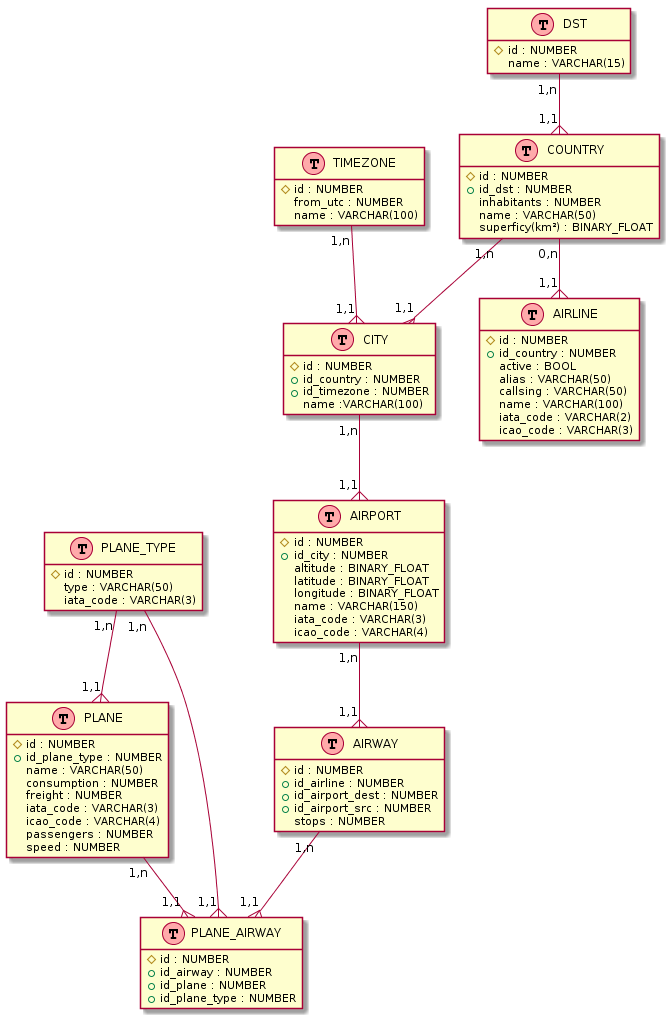
Above: resources/database/conception/modelization/modelisation.png in pBouillon/OpenFlightStatisticsAggregator (PlantUML), before the change.
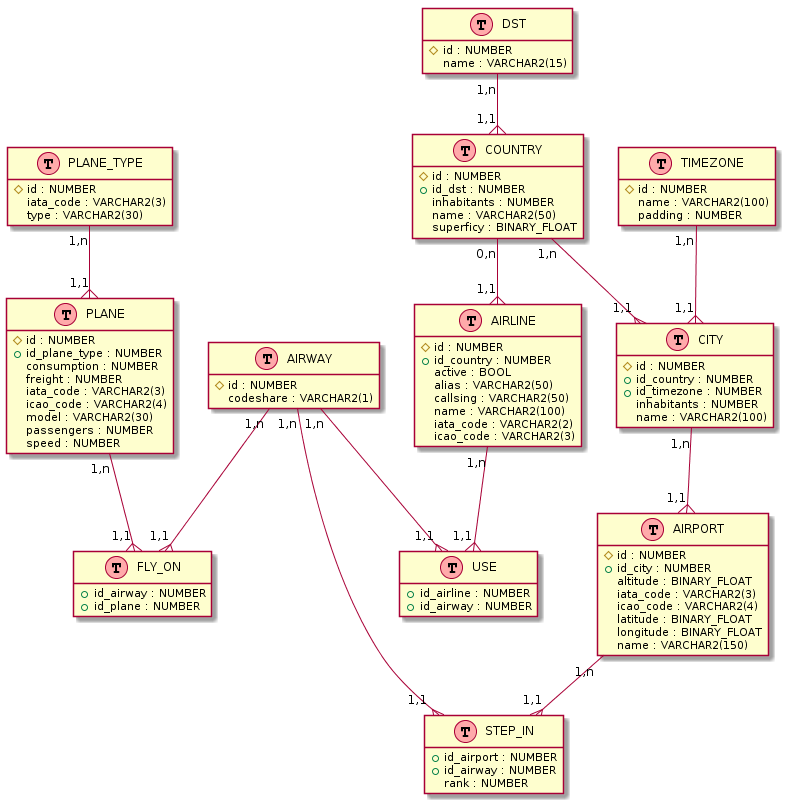
Later version of the same file.

Change to the diagram source:
```diff
@@ -3,62 +3,68 @@
 hide methods
 hide stereotypes
 
-class COUNTRY << (T,#FFAAAA) >> {
+
+class AIRWAY << (T,#FFAAAA) >> {
     {field} #id : NUMBER
-    {field} +id_dst : NUMBER
-    {field} inhabitants : NUMBER
-    {field} name : VARCHAR(50)
-    {field} superficy(km²) : BINARY_FLOAT
+    {field} codeshare : VARCHAR2(1)
 }
 
 class DST << (T,#FFAAAA) >> {
     {field} #id : NUMBER
-    {field} name : VARCHAR(15)
+    {field} name : VARCHAR2(15)
 }
 
 class PLANE_TYPE << (T,#FFAAAA) >> {
     {field} #id : NUMBER
-    {field} type : VARCHAR(50)
-    {field} iata_code : VARCHAR(3)
+    {field} iata_code : VARCHAR2(3)
+    {field} type : VARCHAR2(30)
+
 }
 
 class TIMEZONE << (T,#FFAAAA) >> {
     {field} #id : NUMBER
-    {field} from_utc : NUMBER
-    {field} name : VARCHAR(100)
+    {field} name : VARCHAR2(100)
+    {field} padding : NUMBER
 }
 
 class AIRLINE << (T,#FFAAAA) >> {
     {field} #id : NUMBER
     {field} +id_country : NUMBER
     {field} active : BOOL
-    {field} alias : VARCHAR(50)
-    {field} callsing : VARCHAR(50)
-    {field} name : VARCHAR(100)
-    {field} iata_code : VARCHAR(2)
-    {field} icao_code : VARCHAR(3)
+    {field} alias : VARCHAR2(50)
+    {field} callsing : VARCHAR2(50)
+    {field} name : VARCHAR2(100)
+    {field} iata_code : VARCHAR2(2)
+    {field} icao_code : VARCHAR2(3)
 }
 
 class AIRPORT << (T,#FFAAAA) >> {
     {field} #id : NUMBER
     {field} +id_city : NUMBER
     {field} altitude : BINARY_FLOAT
+    {field} iata_code : VARCHAR2(3)
+    {field} icao_code : VARCHAR2(4)
     {field} latitude : BINARY_FLOAT
     {field} longitude : BINARY_FLOAT
-    {field} name : VARCHAR(150)
-    {field} iata_code : VARCHAR(3)
-    {field} icao_code : VARCHAR(4)
+    {field} name : VARCHAR2(150)
+}
 
+class COUNTRY << (T,#FFAAAA) >> {
+    {field} #id : NUMBER
+    {field} +id_dst : NUMBER
+    {field} inhabitants : NUMBER
+    {field} name : VARCHAR2(50)
+    {field} superficy : BINARY_FLOAT
 }
 
 class PLANE << (T,#FFAAAA) >> {
     {field} #id : NUMBER
     {field} +id_plane_type : NUMBER
-    {field} name : VARCHAR(50)
     {field} consumption : NUMBER
     {field} freight : NUMBER
-    {field} iata_code : VARCHAR(3)
-    {field} icao_code : VARCHAR(4)
+    {field} iata_code : VARCHAR2(3)
+    {field} icao_code : VARCHAR2(4)
+    {field} model : VARCHAR2(30)
     {field} passengers : NUMBER
     {field} speed : NUMBER
 }
@@ -67,28 +73,34 @@
     {field} #id : NUMBER
     {field} +id_country : NUMBER
     {field} +id_timezone : NUMBER
-    {field} name :VARCHAR(100)
+    {field} inhabitants : NUMBER
+    {field} name : VARCHAR2(100)
 }
 
-class AIRWAY << (T,#FFAAAA) >> {
-    {field} #id : NUMBER
-    {field} +id_airline : NUMBER
-    {field} +id_airport_dest : NUMBER
-    {field} +id_airport_src : NUMBER
-    {field} stops : NUMBER
+class FLY_ON << (T,#FFAAAA) >> {
+    {field} +id_airway : NUMBER
+    {field} +id_plane : NUMBER
 }
 
-class PLANE_AIRWAY << (T,#FFAAAA) >> {
-    {field} #id : NUMBER
+class STEP_IN << (T,#FFAAAA) >> {
+    {field} +id_airport : NUMBER
     {field} +id_airway : NUMBER
-    {field} +id_plane : NUMBER
-    {field} +id_plane_type : NUMBER
+    {field} rank : NUMBER
+}
+
+class USE << (T,#FFAAAA) >> {
+    {field} +id_airline : NUMBER
+    {field} +id_airway : NUMBER
 }
 
 
-AIRPORT "1,n" --{ "1,1" AIRWAY
+AIRPORT "1,n" --{ "1,1" STEP_IN
 
-AIRWAY "1,n" --{ "1,1" PLANE_AIRWAY
+AIRLINE "1,n" --{ "1,1" USE
+
+AIRWAY "1,n" --{ "1,1" USE
+AIRWAY "1,n" --{ "1,1" STEP_IN
+AIRWAY "1,n" --{ "1,1" FLY_ON
 
 CITY "1,n" --{ "1,1" AIRPORT
 
@@ -97,9 +109,8 @@
 
 DST "1,n" --{ "1,1" COUNTRY
 
-PLANE "1,n" --{ "1,1" PLANE_AIRWAY
+PLANE "1,n" --{ "1,1" FLY_ON
 
-PLANE_TYPE "1,n" --{ "1,1" PLANE_AIRWAY
 PLANE_TYPE "1,n" --{ "1,1" PLANE
 
 TIMEZONE "1,n" --{ "1,1" CITY
```
